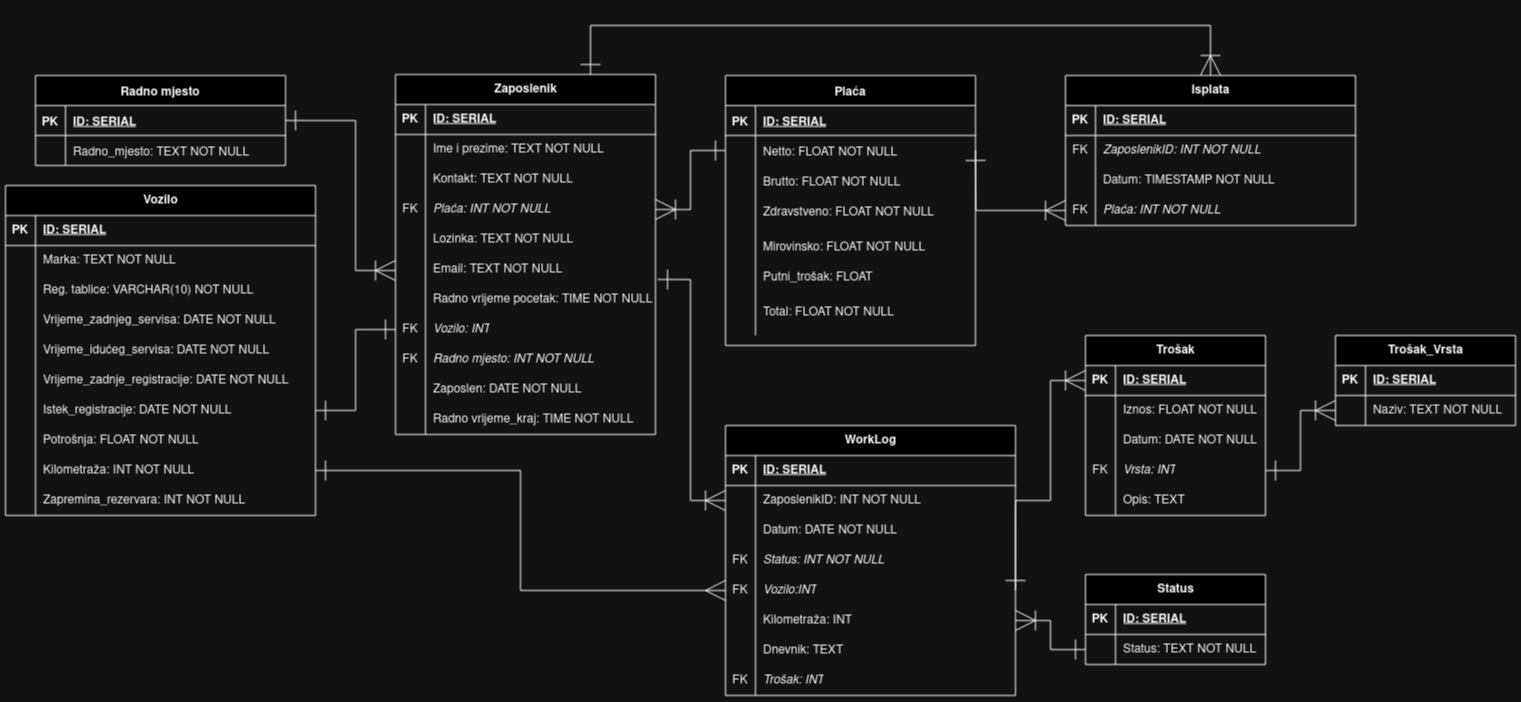
Earlier version of the draw.io export doc/ERA.png (Rysc0/tbp-2.0). Source tidied: cells renumbered, new cells last; positions are measured from the earlier drawing's top-left corner, leaving out a move shared by most shapes.
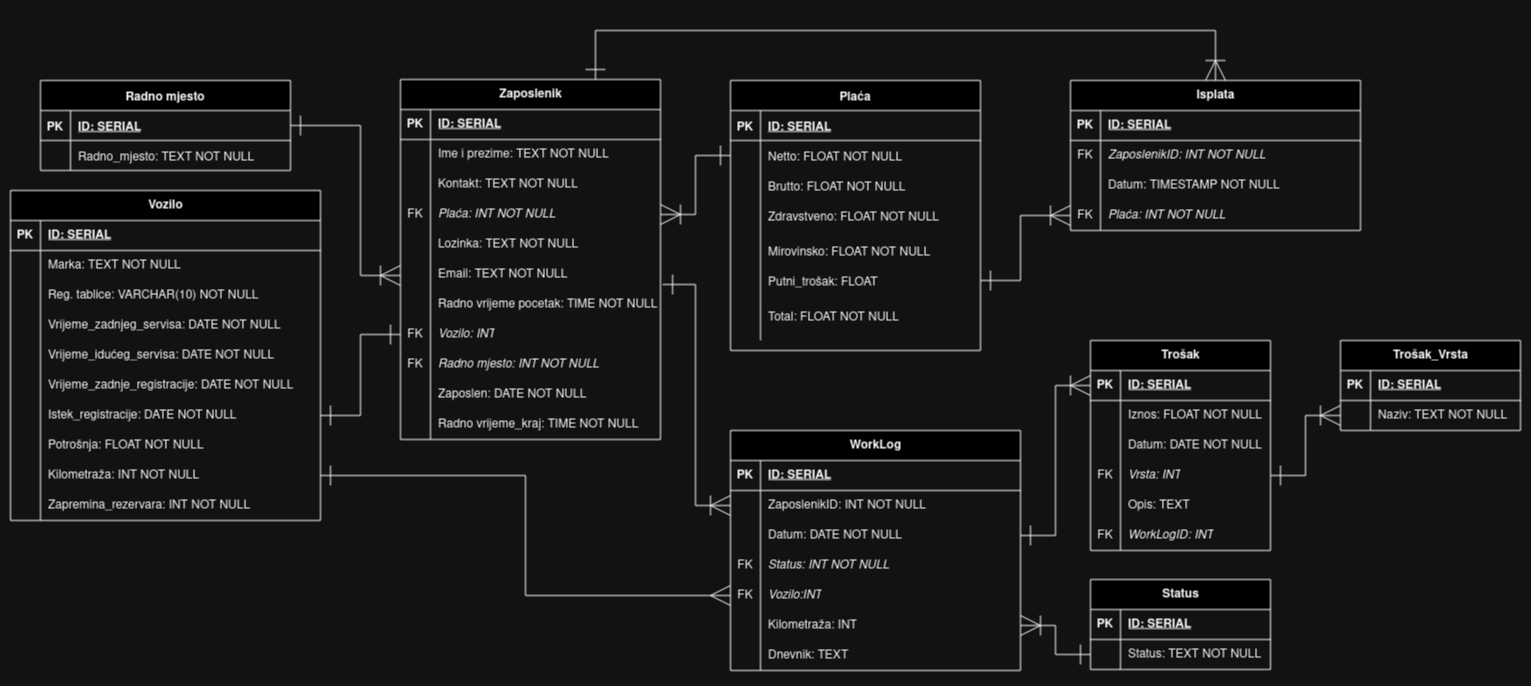
The same file after the commit.

Commit message:
Updated ERA model

The edit, as a diff of the source:
```diff
@@ -285,7 +285,7 @@
       <mxGeometry x="30" width="280" height="30" as="geometry" />
     </mxCell>
     <mxCell id="96" value="WorkLog" style="shape=table;startSize=30;rowLines=0;fontStyle=1;align=center;html=1;" parent="1" vertex="1">
-      <mxGeometry x="720" y="400" width="290" height="270" as="geometry" />
+      <mxGeometry x="720" y="400" width="290" height="240" as="geometry" />
     </mxCell>
     <mxCell id="97" style="shape=tableRow;horizontal=0;startSize=0;swimlaneHead=0;swimlaneBody=0;fillColor=none;top=0;left=0;right=0;bottom=1;" parent="96" vertex="1">
       <mxGeometry y="30" width="290" height="30" as="geometry" />
@@ -350,15 +350,6 @@
     <mxCell id="117" value="Dnevnik: TEXT " style="shape=partialRectangle;fillColor=none;top=0;left=0;bottom=0;right=0;align=left;spacingLeft=6;overflow=hidden;whiteSpace=wrap;html=1;" parent="115" vertex="1">
       <mxGeometry x="30" width="260" height="30" as="geometry" />
     </mxCell>
-    <mxCell id="118" style="shape=tableRow;horizontal=0;startSize=0;swimlaneHead=0;swimlaneBody=0;fillColor=none;top=0;left=0;right=0;bottom=0;" parent="96" vertex="1">
-      <mxGeometry y="240" width="290" height="30" as="geometry" />
-    </mxCell>
-    <mxCell id="119" value="FK" style="shape=partialRectangle;fillColor=none;top=0;left=0;bottom=0;right=0;overflow=hidden;whiteSpace=wrap;html=1;" parent="118" vertex="1">
-      <mxGeometry width="30" height="30" as="geometry" />
-    </mxCell>
-    <mxCell id="120" value="Trošak: INT" style="shape=partialRectangle;fillColor=none;top=0;left=0;bottom=0;right=0;align=left;spacingLeft=6;overflow=hidden;whiteSpace=wrap;html=1;fontStyle=2;" parent="118" vertex="1">
-      <mxGeometry x="30" width="260" height="30" as="geometry" />
-    </mxCell>
     <mxCell id="121" value="Status" style="shape=table;startSize=30;rowLines=0;fontStyle=1;align=center;html=1;" parent="1" vertex="1">
       <mxGeometry x="1080" y="549" width="180" height="90" as="geometry" />
     </mxCell>
@@ -420,7 +411,7 @@
       <mxGeometry x="30" width="260" height="30" as="geometry" />
     </mxCell>
     <mxCell id="141" value="Trošak" style="shape=table;startSize=30;rowLines=0;fontStyle=1;align=center;html=1;" parent="1" vertex="1">
-      <mxGeometry x="1080" y="310" width="180" height="180" as="geometry" />
+      <mxGeometry x="1080" y="310" width="180" height="210" as="geometry" />
     </mxCell>
     <mxCell id="142" style="shape=tableRow;horizontal=0;startSize=0;swimlaneHead=0;swimlaneBody=0;fillColor=none;points=[[0,0.5],[1,0.5]];portConstraint=eastwest;top=0;left=0;right=0;bottom=1;" parent="141" vertex="1">
       <mxGeometry y="30" width="180" height="30" as="geometry" />
@@ -467,6 +458,15 @@
     <mxCell id="156" value="Opis: TEXT" style="shape=partialRectangle;fillColor=none;top=0;left=0;bottom=0;right=0;align=left;spacingLeft=6;overflow=hidden;whiteSpace=wrap;html=1;" parent="154" vertex="1">
       <mxGeometry x="30" width="150" height="30" as="geometry" />
     </mxCell>
+    <mxCell id="174" style="shape=tableRow;horizontal=0;startSize=0;swimlaneHead=0;swimlaneBody=0;fillColor=none;top=0;left=0;right=0;bottom=0;" parent="141" vertex="1">
+      <mxGeometry y="180" width="180" height="30" as="geometry" />
+    </mxCell>
+    <mxCell id="119" value="FK" style="shape=partialRectangle;fillColor=none;top=0;left=0;bottom=0;right=0;overflow=hidden;whiteSpace=wrap;html=1;" parent="174" vertex="1">
+      <mxGeometry width="30" height="30" as="geometry" />
+    </mxCell>
+    <mxCell id="175" value="WorkLogID: INT" style="shape=partialRectangle;fillColor=none;top=0;left=0;bottom=0;right=0;align=left;spacingLeft=6;overflow=hidden;whiteSpace=wrap;html=1;fontStyle=2;" parent="174" vertex="1">
+      <mxGeometry x="30" width="150" height="30" as="geometry" />
+    </mxCell>
     <mxCell id="157" style="edgeStyle=orthogonalEdgeStyle;rounded=0;jettySize=auto;html=1;startArrow=ERone;startFill=0;endArrow=ERoneToMany;endFill=0;exitX=1;exitY=0.5;exitDx=0;exitDy=0;endSize=18;sourcePerimeterSpacing=0;startSize=18;" parent="1" edge="1" source="25">
       <mxGeometry relative="1" as="geometry">
         <mxPoint x="390" y="245" as="targetPoint" />
@@ -493,16 +493,19 @@
         </Array>
       </mxGeometry>
     </mxCell>
-    <mxCell id="162" style="edgeStyle=orthogonalEdgeStyle;rounded=0;jettySize=auto;html=1;entryX=1;entryY=0.5;entryDx=0;entryDy=0;endArrow=ERone;endFill=0;startArrow=ERoneToMany;startFill=0;endSize=18;startSize=18;" parent="1" edge="1" source="138">
+    <mxCell id="162" style="edgeStyle=orthogonalEdgeStyle;rounded=0;jettySize=auto;html=1;endArrow=ERone;endFill=0;startArrow=ERoneToMany;startFill=0;endSize=18;startSize=18;entryX=1;entryY=0.5;entryDx=0;entryDy=0;" parent="1" edge="1" source="138" target="18">
       <mxGeometry relative="1" as="geometry">
-        <mxPoint x="970" y="125" as="targetPoint" />
+        <Array as="points">
+          <mxPoint x="1010" y="185" />
+          <mxPoint x="1010" y="250" />
+        </Array>
       </mxGeometry>
     </mxCell>
-    <mxCell id="163" style="edgeStyle=orthogonalEdgeStyle;rounded=0;jettySize=auto;html=1;endArrow=ERone;endFill=0;startArrow=ERoneToMany;startFill=0;endSize=18;startSize=18;entryX=1;entryY=0.5;entryDx=0;entryDy=0;" parent="1" edge="1" source="142" target="109">
+    <mxCell id="163" style="edgeStyle=orthogonalEdgeStyle;rounded=0;jettySize=auto;html=1;endArrow=ERone;endFill=0;startArrow=ERoneToMany;startFill=0;endSize=18;startSize=18;entryX=1;entryY=0.5;entryDx=0;entryDy=0;" parent="1" edge="1" source="142" target="103">
       <mxGeometry relative="1" as="geometry">
         <Array as="points">
           <mxPoint x="1045" y="355" />
-          <mxPoint x="1045" y="475" />
+          <mxPoint x="1045" y="505" />
         </Array>
       </mxGeometry>
     </mxCell>
```
